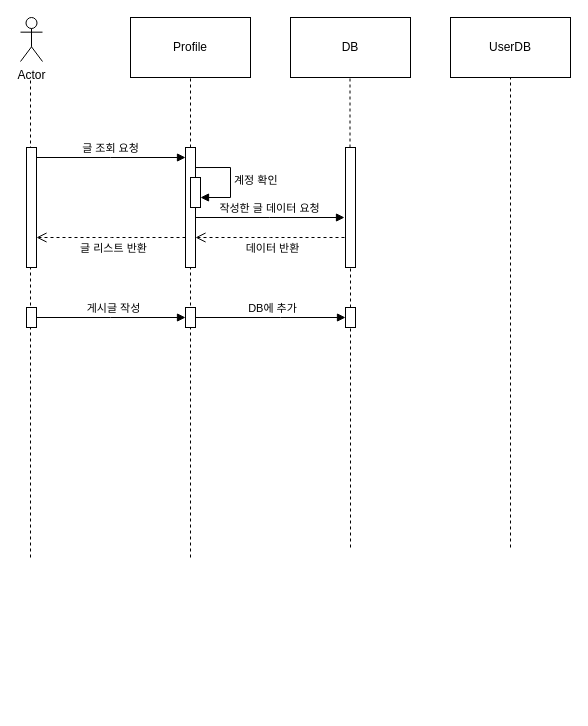
The draw.io diagram page "Profile" (4 of 4) of KB 3기 2반 5조.drawio in C0012S/SoBe-it, before the edit. Source tidied: cells renumbered, new cells numbered last; positions are measured from the earlier drawing's top-left corner, leaving out a move shared by most shapes. Both pictures are drawn from the tidied source at 100%, with x=0, y=0 at pixel (20, 17).
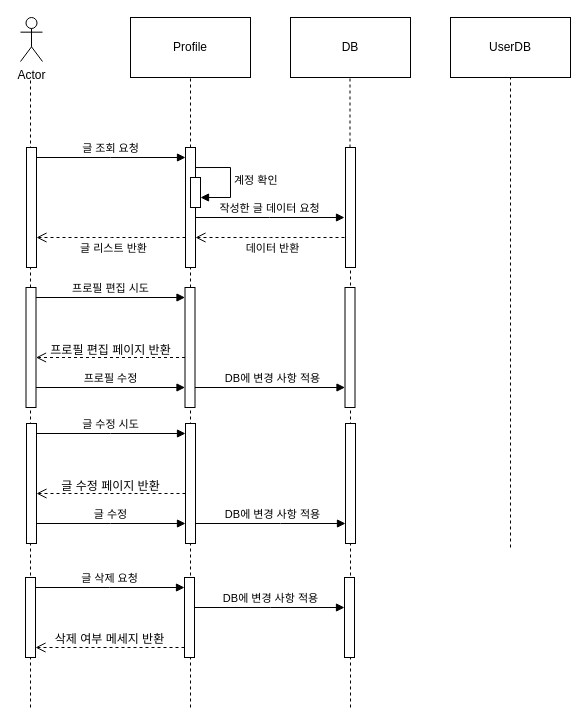
The same diagram, later.

The change refers to these unchanged cells:
```xml
<mxCell id="12" style="html=1;points=[];perimeter=orthogonalPerimeter;outlineConnect=0;targetShapes=umlLifeline;portConstraint=eastwest;newEdgeStyle={&quot;edgeStyle&quot;:&quot;elbowEdgeStyle&quot;,&quot;elbow&quot;:&quot;vertical&quot;,&quot;curved&quot;:0,&quot;rounded&quot;:0};" parent="1" vertex="1">
  <mxGeometry x="165" y="130" width="10" height="120" as="geometry" />
</mxCell>
<mxCell id="22" style="html=1;points=[];perimeter=orthogonalPerimeter;outlineConnect=0;targetShapes=umlLifeline;portConstraint=eastwest;newEdgeStyle={&quot;edgeStyle&quot;:&quot;elbowEdgeStyle&quot;,&quot;elbow&quot;:&quot;vertical&quot;,&quot;curved&quot;:0,&quot;rounded&quot;:0};" parent="1" vertex="1">
  <mxGeometry x="325" y="130" width="10" height="120" as="geometry" />
</mxCell>
```

What changed in the source:
```diff
@@
     <mxCell id="3" style="endArrow=none;dashed=1;html=1;rounded=0;" parent="1" edge="1">
       <mxGeometry relative="1" as="geometry">
-        <mxPoint x="10" y="540" as="sourcePoint" />
+        <mxPoint x="10" y="690" as="sourcePoint" />
         <mxPoint x="10" y="60" as="targetPoint" />
       </mxGeometry>
     </mxCell>
@@
     <mxCell id="11" style="endArrow=none;dashed=1;html=1;rounded=0;" parent="1" edge="1" target="12">
       <mxGeometry relative="1" as="geometry">
-        <mxPoint x="170" y="540" as="sourcePoint" />
+        <mxPoint x="170" y="690" as="sourcePoint" />
       </mxGeometry>
     </mxCell>
@@
-    <mxCell id="15" value="게시글 작성" style="html=1;verticalAlign=bottom;endArrow=block;edgeStyle=elbowEdgeStyle;elbow=vertical;curved=0;rounded=0;" parent="1" edge="1" source="17" target="16">
+    <mxCell id="15" value="게시글 작성" style="html=1;verticalAlign=bottom;endArrow=block;edgeStyle=elbowEdgeStyle;elbow=vertical;curved=0;rounded=0;" parent="1" edge="1">
       <mxGeometry x="0.03" relative="1" as="geometry">
+        <mxPoint x="16" y="300" as="sourcePoint" />
         <Array as="points">
           <mxPoint x="90" y="300" />
         </Array>
       </mxGeometry>
     </mxCell>
-    <mxCell id="16" style="html=1;points=[];perimeter=orthogonalPerimeter;outlineConnect=0;targetShapes=umlLifeline;portConstraint=eastwest;newEdgeStyle={&quot;edgeStyle&quot;:&quot;elbowEdgeStyle&quot;,&quot;elbow&quot;:&quot;vertical&quot;,&quot;curved&quot;:0,&quot;rounded&quot;:0};" parent="1" vertex="1">
-      <mxGeometry x="165" y="290" width="10" height="20" as="geometry" />
-    </mxCell>
-    <mxCell id="17" style="html=1;points=[];perimeter=orthogonalPerimeter;outlineConnect=0;targetShapes=umlLifeline;portConstraint=eastwest;newEdgeStyle={&quot;edgeStyle&quot;:&quot;elbowEdgeStyle&quot;,&quot;elbow&quot;:&quot;vertical&quot;,&quot;curved&quot;:0,&quot;rounded&quot;:0};" parent="1" vertex="1">
-      <mxGeometry x="6" y="290" width="10" height="20" as="geometry" />
-    </mxCell>
-    <mxCell id="18" value="DB에 추가" style="html=1;verticalAlign=bottom;endArrow=block;edgeStyle=elbowEdgeStyle;elbow=vertical;curved=0;rounded=0;" parent="1" edge="1" target="24">
-      <mxGeometry x="0.03" relative="1" as="geometry">
-        <mxPoint x="175" y="300" as="sourcePoint" />
-        <Array as="points">
-          <mxPoint x="260" y="300" />
-        </Array>
-      </mxGeometry>
-    </mxCell>
@@
-    <mxCell id="21" style="endArrow=none;dashed=1;html=1;rounded=0;" parent="1" edge="1" source="24" target="22">
-      <mxGeometry relative="1" as="geometry" />
+    <mxCell id="21" style="endArrow=none;dashed=1;html=1;rounded=0;" parent="1" edge="1" target="22">
+      <mxGeometry relative="1" as="geometry">
+        <mxPoint x="330" y="310" as="sourcePoint" />
+      </mxGeometry>
     </mxCell>
@@
-    <mxCell id="23" style="endArrow=none;dashed=1;html=1;rounded=0;" parent="1" edge="1" target="24">
+    <mxCell id="23" style="endArrow=none;dashed=1;html=1;rounded=0;" parent="1" edge="1">
       <mxGeometry relative="1" as="geometry">
-        <mxPoint x="330" y="530" as="sourcePoint" />
+        <mxPoint x="330" y="690" as="sourcePoint" />
+        <mxPoint x="330" y="310" as="targetPoint" />
       </mxGeometry>
     </mxCell>
-    <mxCell id="24" style="html=1;points=[];perimeter=orthogonalPerimeter;outlineConnect=0;targetShapes=umlLifeline;portConstraint=eastwest;newEdgeStyle={&quot;edgeStyle&quot;:&quot;elbowEdgeStyle&quot;,&quot;elbow&quot;:&quot;vertical&quot;,&quot;curved&quot;:0,&quot;rounded&quot;:0};" parent="1" vertex="1">
-      <mxGeometry x="325" y="290" width="10" height="20" as="geometry" />
-    </mxCell>
@@
+    <mxCell id="27" value="글 수정 시도" style="html=1;verticalAlign=bottom;endArrow=block;edgeStyle=elbowEdgeStyle;elbow=vertical;curved=0;rounded=0;" parent="1" edge="1" source="29" target="28">
+      <mxGeometry x="-0.01" relative="1" as="geometry">
+        <Array as="points">
+          <mxPoint x="90" y="416" />
+        </Array>
+      </mxGeometry>
+    </mxCell>
+    <mxCell id="28" style="html=1;points=[];perimeter=orthogonalPerimeter;outlineConnect=0;targetShapes=umlLifeline;portConstraint=eastwest;newEdgeStyle={&quot;edgeStyle&quot;:&quot;elbowEdgeStyle&quot;,&quot;elbow&quot;:&quot;vertical&quot;,&quot;curved&quot;:0,&quot;rounded&quot;:0};" parent="1" vertex="1">
+      <mxGeometry x="165" y="406" width="10" height="120" as="geometry" />
+    </mxCell>
+    <mxCell id="29" style="html=1;points=[];perimeter=orthogonalPerimeter;outlineConnect=0;targetShapes=umlLifeline;portConstraint=eastwest;newEdgeStyle={&quot;edgeStyle&quot;:&quot;elbowEdgeStyle&quot;,&quot;elbow&quot;:&quot;vertical&quot;,&quot;curved&quot;:0,&quot;rounded&quot;:0};" parent="1" vertex="1">
+      <mxGeometry x="6" y="406" width="10" height="120" as="geometry" />
+    </mxCell>
+    <mxCell id="30" style="html=1;verticalAlign=bottom;endArrow=open;dashed=1;endSize=8;edgeStyle=elbowEdgeStyle;elbow=vertical;curved=0;rounded=0;" parent="1" edge="1" source="28" target="29">
+      <mxGeometry x="-0.03" y="20" relative="1" as="geometry">
+        <Array as="points">
+          <mxPoint x="90" y="476" />
+        </Array>
+      </mxGeometry>
+    </mxCell>
+    <mxCell id="31" style="html=1;perimeter=orthogonalPerimeter;targetShapes=umlLifeline;newEdgeStyle={&quot;edgeStyle&quot;:&quot;elbowEdgeStyle&quot;,&quot;elbow&quot;:&quot;vertical&quot;,&quot;curved&quot;:0,&quot;rounded&quot;:0};" parent="1" vertex="1">
+      <mxGeometry x="325" y="406" width="10" height="120" as="geometry" />
+    </mxCell>
+    <mxCell id="32" value="글 수정 페이지 반환" style="text;html=1;align=center;verticalAlign=middle;strokeColor=none;fillColor=none;" parent="1" vertex="1">
+      <mxGeometry x="25" y="454" width="130" height="30" as="geometry" />
+    </mxCell>
+    <mxCell id="33" value="글 수정" style="html=1;verticalAlign=bottom;endArrow=block;edgeStyle=elbowEdgeStyle;elbow=vertical;curved=0;rounded=0;" parent="1" edge="1">
+      <mxGeometry x="-0.01" relative="1" as="geometry">
+        <mxPoint x="16" y="506" as="sourcePoint" />
+        <mxPoint x="165" y="506" as="targetPoint" />
+        <Array as="points">
+          <mxPoint x="90" y="506" />
+        </Array>
+      </mxGeometry>
+    </mxCell>
+    <mxCell id="34" value="DB에 변경 사항 적용" style="html=1;verticalAlign=bottom;endArrow=block;edgeStyle=elbowEdgeStyle;elbow=vertical;curved=0;rounded=0;" parent="1" edge="1">
+      <mxGeometry x="0.03" relative="1" as="geometry">
+        <mxPoint x="175" y="506" as="sourcePoint" />
+        <mxPoint x="325" y="506" as="targetPoint" />
+        <Array as="points">
+          <mxPoint x="260" y="506" />
+        </Array>
+      </mxGeometry>
+    </mxCell>
+    <mxCell id="35" value="프로필 편집 시도" style="html=1;verticalAlign=bottom;endArrow=block;edgeStyle=elbowEdgeStyle;elbow=vertical;curved=0;rounded=0;" parent="1" edge="1" source="37" target="36">
+      <mxGeometry x="-0.01" relative="1" as="geometry">
+        <Array as="points">
+          <mxPoint x="89.5" y="280" />
+        </Array>
+      </mxGeometry>
+    </mxCell>
+    <mxCell id="36" style="html=1;points=[];perimeter=orthogonalPerimeter;outlineConnect=0;targetShapes=umlLifeline;portConstraint=eastwest;newEdgeStyle={&quot;edgeStyle&quot;:&quot;elbowEdgeStyle&quot;,&quot;elbow&quot;:&quot;vertical&quot;,&quot;curved&quot;:0,&quot;rounded&quot;:0};" parent="1" vertex="1">
+      <mxGeometry x="164.5" y="270" width="10" height="120" as="geometry" />
+    </mxCell>
+    <mxCell id="37" style="html=1;points=[];perimeter=orthogonalPerimeter;outlineConnect=0;targetShapes=umlLifeline;portConstraint=eastwest;newEdgeStyle={&quot;edgeStyle&quot;:&quot;elbowEdgeStyle&quot;,&quot;elbow&quot;:&quot;vertical&quot;,&quot;curved&quot;:0,&quot;rounded&quot;:0};" parent="1" vertex="1">
+      <mxGeometry x="5.5" y="270" width="10" height="120" as="geometry" />
+    </mxCell>
+    <mxCell id="38" style="html=1;verticalAlign=bottom;endArrow=open;dashed=1;endSize=8;edgeStyle=elbowEdgeStyle;elbow=vertical;curved=0;rounded=0;" parent="1" edge="1" source="36" target="37">
+      <mxGeometry x="-0.03" y="20" relative="1" as="geometry">
+        <Array as="points">
+          <mxPoint x="89.5" y="340" />
+        </Array>
+      </mxGeometry>
+    </mxCell>
+    <mxCell id="39" style="html=1;perimeter=orthogonalPerimeter;targetShapes=umlLifeline;newEdgeStyle={&quot;edgeStyle&quot;:&quot;elbowEdgeStyle&quot;,&quot;elbow&quot;:&quot;vertical&quot;,&quot;curved&quot;:0,&quot;rounded&quot;:0};" parent="1" vertex="1">
+      <mxGeometry x="324.5" y="270" width="10" height="120" as="geometry" />
+    </mxCell>
+    <mxCell id="40" value="프로필 편집 페이지 반환" style="text;html=1;align=center;verticalAlign=middle;strokeColor=none;fillColor=none;" parent="1" vertex="1">
+      <mxGeometry x="14.5" y="318" width="150" height="30" as="geometry" />
+    </mxCell>
+    <mxCell id="41" value="프로필 수정" style="html=1;verticalAlign=bottom;endArrow=block;edgeStyle=elbowEdgeStyle;elbow=vertical;curved=0;rounded=0;" parent="1" edge="1">
+      <mxGeometry x="-0.01" relative="1" as="geometry">
+        <mxPoint x="15.5" y="370" as="sourcePoint" />
+        <mxPoint x="164.5" y="370" as="targetPoint" />
+        <Array as="points">
+          <mxPoint x="89.5" y="370" />
+        </Array>
+      </mxGeometry>
+    </mxCell>
+    <mxCell id="42" value="DB에 변경 사항 적용" style="html=1;verticalAlign=bottom;endArrow=block;edgeStyle=elbowEdgeStyle;elbow=vertical;curved=0;rounded=0;" parent="1" edge="1">
+      <mxGeometry x="0.03" relative="1" as="geometry">
+        <mxPoint x="174.5" y="370" as="sourcePoint" />
+        <mxPoint x="324.5" y="370" as="targetPoint" />
+        <Array as="points">
+          <mxPoint x="259.5" y="370" />
+        </Array>
+      </mxGeometry>
+    </mxCell>
+    <mxCell id="43" value="글 삭제 요청" style="html=1;verticalAlign=bottom;endArrow=block;edgeStyle=elbowEdgeStyle;elbow=vertical;curved=0;rounded=0;" parent="1" edge="1" source="45" target="44">
+      <mxGeometry x="-0.01" relative="1" as="geometry">
+        <Array as="points">
+          <mxPoint x="89" y="570" />
+        </Array>
+      </mxGeometry>
+    </mxCell>
+    <mxCell id="44" style="html=1;points=[];perimeter=orthogonalPerimeter;outlineConnect=0;targetShapes=umlLifeline;portConstraint=eastwest;newEdgeStyle={&quot;edgeStyle&quot;:&quot;elbowEdgeStyle&quot;,&quot;elbow&quot;:&quot;vertical&quot;,&quot;curved&quot;:0,&quot;rounded&quot;:0};" parent="1" vertex="1">
+      <mxGeometry x="164" y="560" width="10" height="80" as="geometry" />
+    </mxCell>
+    <mxCell id="45" style="html=1;points=[];perimeter=orthogonalPerimeter;outlineConnect=0;targetShapes=umlLifeline;portConstraint=eastwest;newEdgeStyle={&quot;edgeStyle&quot;:&quot;elbowEdgeStyle&quot;,&quot;elbow&quot;:&quot;vertical&quot;,&quot;curved&quot;:0,&quot;rounded&quot;:0};" parent="1" vertex="1">
+      <mxGeometry x="5" y="560" width="10" height="80" as="geometry" />
+    </mxCell>
+    <mxCell id="46" style="html=1;verticalAlign=bottom;endArrow=open;dashed=1;endSize=8;edgeStyle=elbowEdgeStyle;elbow=vertical;curved=0;rounded=0;" parent="1" edge="1" source="44" target="45">
+      <mxGeometry x="-0.03" y="20" relative="1" as="geometry">
+        <Array as="points">
+          <mxPoint x="89" y="630" />
+        </Array>
+      </mxGeometry>
+    </mxCell>
+    <mxCell id="47" style="html=1;points=[];perimeter=orthogonalPerimeter;outlineConnect=0;targetShapes=umlLifeline;portConstraint=eastwest;newEdgeStyle={&quot;edgeStyle&quot;:&quot;elbowEdgeStyle&quot;,&quot;elbow&quot;:&quot;vertical&quot;,&quot;curved&quot;:0,&quot;rounded&quot;:0};" parent="1" vertex="1">
+      <mxGeometry x="324" y="560" width="10" height="80" as="geometry" />
+    </mxCell>
+    <mxCell id="48" value="삭제 여부 메세지 반환" style="text;html=1;align=center;verticalAlign=middle;strokeColor=none;fillColor=none;" parent="1" vertex="1">
+      <mxGeometry x="19" y="607" width="140" height="30" as="geometry" />
+    </mxCell>
+    <mxCell id="49" value="DB에 변경 사항 적용" style="html=1;verticalAlign=bottom;endArrow=block;edgeStyle=elbowEdgeStyle;elbow=vertical;curved=0;rounded=0;" parent="1" edge="1" source="44" target="47">
+      <mxGeometry x="0.01" relative="1" as="geometry">
+        <Array as="points">
+          <mxPoint x="250" y="590" />
+        </Array>
+      </mxGeometry>
+    </mxCell>
```
